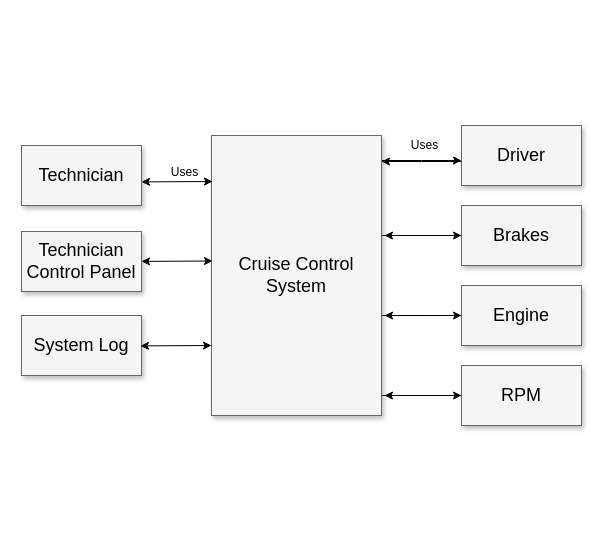
Above: cruiseControl/UML/Architectural_Context_Diagram.drawio in ericaltenburg/cs347 (draw.io), before the change. Source tidied: cells renumbered, new cells numbered last; positions are measured from the earlier drawing's top-left corner, leaving out a move shared by most shapes. Both pictures are drawn from the tidied source at 100%, with x=0, y=0 at pixel (21, 125).
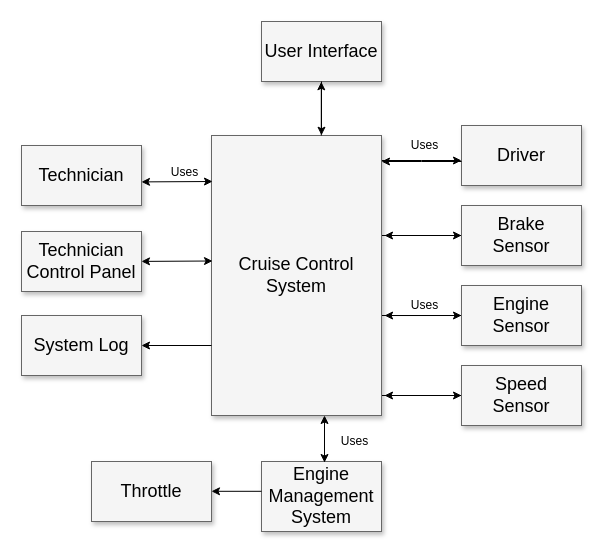
Above is the later version.

Unchanged cells that the change refers to:
```xml
<mxCell id="6" value="Cruise Control&lt;br&gt;System" style="whiteSpace=wrap;html=1;shadow=1;fontSize=18;fillColor=#f5f5f5;strokeColor=#666666;" parent="1" vertex="1">
  <mxGeometry x="190" y="10" width="170" height="280" as="geometry" />
</mxCell>
```

The edit, as a diff of the source:
```diff
@@
-    <mxCell id="9" value="Brakes" style="whiteSpace=wrap;html=1;shadow=1;fontSize=18;fillColor=#f5f5f5;strokeColor=#666666;" parent="1" vertex="1">
+    <mxCell id="9" value="Brake&lt;br&gt;Sensor" style="whiteSpace=wrap;html=1;shadow=1;fontSize=18;fillColor=#f5f5f5;strokeColor=#666666;" parent="1" vertex="1">
       <mxGeometry x="440" y="80" width="120" height="60" as="geometry" />
     </mxCell>
@@
-    <mxCell id="11" value="Engine" style="whiteSpace=wrap;html=1;shadow=1;fontSize=18;fillColor=#f5f5f5;strokeColor=#666666;" parent="1" vertex="1">
+    <mxCell id="11" value="Engine Sensor" style="whiteSpace=wrap;html=1;shadow=1;fontSize=18;fillColor=#f5f5f5;strokeColor=#666666;" parent="1" vertex="1">
       <mxGeometry x="440" y="160" width="120" height="60" as="geometry" />
     </mxCell>
@@
-    <mxCell id="13" value="RPM" style="whiteSpace=wrap;html=1;shadow=1;fontSize=18;fillColor=#f5f5f5;strokeColor=#666666;" parent="1" vertex="1">
+    <mxCell id="13" value="Speed&lt;br&gt;Sensor" style="whiteSpace=wrap;html=1;shadow=1;fontSize=18;fillColor=#f5f5f5;strokeColor=#666666;" parent="1" vertex="1">
       <mxGeometry x="440" y="240" width="120" height="60" as="geometry" />
     </mxCell>
@@
-    <mxCell id="18" style="endArrow=classic;startArrow=classic;html=1;entryX=0.006;entryY=0.279;entryDx=0;entryDy=0;entryPerimeter=0;" parent="1" edge="1">
-      <mxGeometry relative="1" as="geometry">
-        <mxPoint x="119" y="220.4" as="sourcePoint" />
-        <mxPoint x="190" y="220" as="targetPoint" />
-      </mxGeometry>
-    </mxCell>
@@
+    <mxCell id="23" value="User Interface" style="whiteSpace=wrap;html=1;shadow=1;fontSize=18;fillColor=#f5f5f5;strokeColor=#666666;" parent="1" vertex="1">
+      <mxGeometry x="240" y="-104" width="120" height="60" as="geometry" />
+    </mxCell>
+    <mxCell id="24" style="edgeStyle=orthogonalEdgeStyle;rounded=0;jettySize=auto;html=1;exitX=0.5;exitY=1;exitDx=0;exitDy=0;entryX=0.647;entryY=-0.001;entryDx=0;entryDy=0;entryPerimeter=0;" parent="1" edge="1" source="23" target="6">
+      <mxGeometry relative="1" as="geometry" />
+    </mxCell>
+    <mxCell id="25" style="edgeStyle=orthogonalEdgeStyle;rounded=0;orthogonalLoop=1;jettySize=auto;html=1;exitX=0.5;exitY=1;exitDx=0;exitDy=0;entryX=0.647;entryY=-0.001;entryDx=0;entryDy=0;entryPerimeter=0;" parent="1" edge="1">
+      <mxGeometry relative="1" as="geometry">
+        <mxPoint x="299.8" y="10" as="sourcePoint" />
+        <mxPoint x="299.8" y="-43.7" as="targetPoint" />
+      </mxGeometry>
+    </mxCell>
+    <mxCell id="26" value="Uses" style="text;html=1;align=center;verticalAlign=middle;" parent="1" vertex="1">
+      <mxGeometry x="383" y="170" width="40" height="20" as="geometry" />
+    </mxCell>
+    <mxCell id="27" style="edgeStyle=orthogonalEdgeStyle;rounded=0;jettySize=auto;html=1;exitX=0;exitY=0.75;exitDx=0;exitDy=0;" parent="1" edge="1" source="6">
+      <mxGeometry relative="1" as="geometry">
+        <mxPoint x="120" y="220" as="targetPoint" />
+      </mxGeometry>
+    </mxCell>
+    <mxCell id="28" value="Engine Management System" style="whiteSpace=wrap;html=1;shadow=1;fontSize=18;fillColor=#f5f5f5;strokeColor=#666666;" parent="1" vertex="1">
+      <mxGeometry x="240" y="336" width="120" height="70" as="geometry" />
+    </mxCell>
+    <mxCell id="29" value="Throttle" style="whiteSpace=wrap;html=1;shadow=1;fontSize=18;fillColor=#f5f5f5;strokeColor=#666666;" parent="1" vertex="1">
+      <mxGeometry x="70" y="336" width="120" height="60" as="geometry" />
+    </mxCell>
+    <mxCell id="30" value="Uses" style="text;html=1;align=center;verticalAlign=middle;" parent="1" vertex="1">
+      <mxGeometry x="313" y="306" width="40" height="20" as="geometry" />
+    </mxCell>
+    <mxCell id="31" style="edgeStyle=orthogonalEdgeStyle;rounded=0;orthogonalLoop=1;jettySize=auto;html=1;entryX=1.018;entryY=0.643;entryDx=0;entryDy=0;entryPerimeter=0;" parent="1" edge="1">
+      <mxGeometry relative="1" as="geometry">
+        <mxPoint x="240" y="366" as="sourcePoint" />
+        <mxPoint x="190" y="365.8" as="targetPoint" />
+        <Array as="points">
+          <mxPoint x="190" y="366" />
+        </Array>
+      </mxGeometry>
+    </mxCell>
+    <mxCell id="32" style="edgeStyle=orthogonalEdgeStyle;rounded=0;orthogonalLoop=1;jettySize=auto;html=1;exitX=0.5;exitY=1;exitDx=0;exitDy=0;" parent="1" edge="1">
+      <mxGeometry relative="1" as="geometry">
+        <mxPoint x="303" y="336" as="sourcePoint" />
+        <mxPoint x="303" y="290" as="targetPoint" />
+      </mxGeometry>
+    </mxCell>
+    <mxCell id="33" style="edgeStyle=orthogonalEdgeStyle;rounded=0;orthogonalLoop=1;jettySize=auto;html=1;exitX=0.5;exitY=1;exitDx=0;exitDy=0;" parent="1" edge="1">
+      <mxGeometry relative="1" as="geometry">
+        <mxPoint x="303" y="293" as="sourcePoint" />
+        <mxPoint x="303" y="337" as="targetPoint" />
+      </mxGeometry>
+    </mxCell>
```
